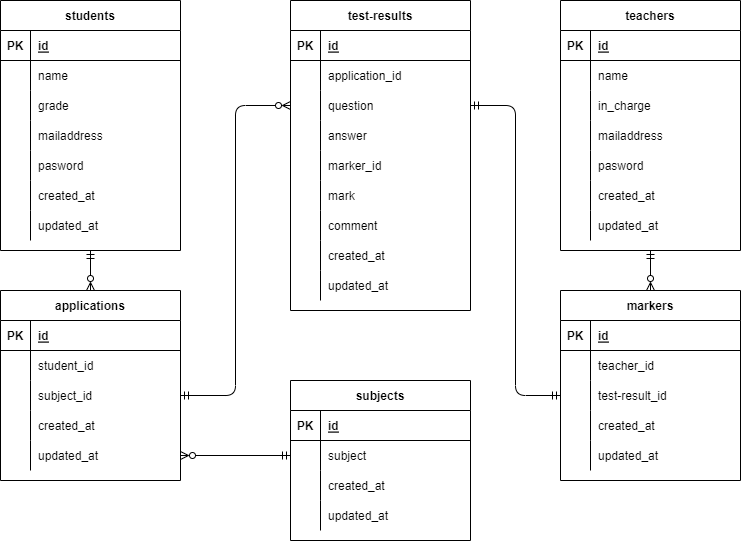
Above: index.drawio.png in sakurakoy/20221021yonemizu (draw.io), before the change. Source tidied: cells renumbered, new cells last; positions are measured from the earlier drawing's top-left corner, leaving out a move shared by most shapes.
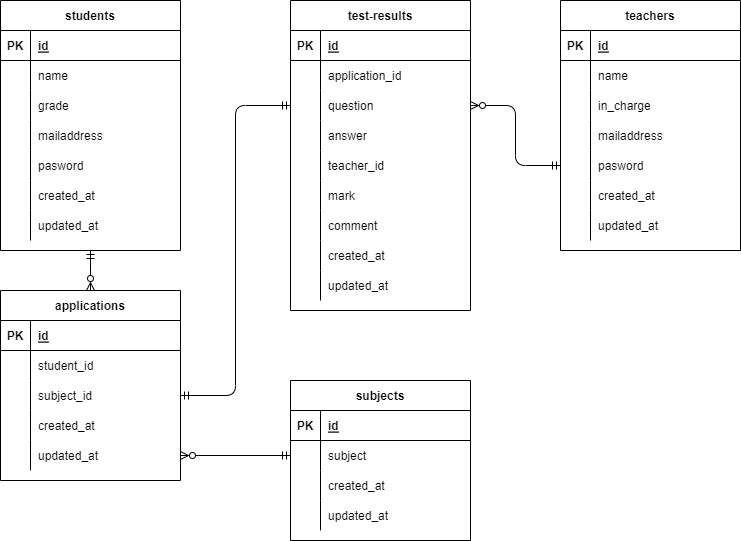
Above is the later version.

Change to the diagram source:
```diff
@@ -206,7 +206,7 @@
     <mxCell id="69" style="shape=partialRectangle;fillColor=none;top=0;left=0;bottom=0;right=0;overflow=hidden;" parent="68" vertex="1">
       <mxGeometry width="30" height="30" as="geometry" />
     </mxCell>
-    <mxCell id="70" value="marker_id" style="shape=partialRectangle;fillColor=none;top=0;left=0;bottom=0;right=0;align=left;spacingLeft=6;overflow=hidden;" parent="68" vertex="1">
+    <mxCell id="70" value="teacher_id" style="shape=partialRectangle;fillColor=none;top=0;left=0;bottom=0;right=0;align=left;spacingLeft=6;overflow=hidden;" parent="68" vertex="1">
       <mxGeometry x="30" width="150" height="30" as="geometry" />
     </mxCell>
     <mxCell id="71" style="shape=partialRectangle;fillColor=none;top=0;left=0;bottom=0;right=0;" parent="55" vertex="1">
@@ -245,7 +245,7 @@
     <mxCell id="82" value="updated_at" style="shape=partialRectangle;fillColor=none;top=0;left=0;bottom=0;right=0;align=left;spacingLeft=6;overflow=hidden;" parent="80" vertex="1">
       <mxGeometry x="30" width="150" height="30" as="geometry" />
     </mxCell>
-    <mxCell id="83" style="edgeStyle=orthogonalEdgeStyle;html=1;exitX=0.5;exitY=1;exitDx=0;exitDy=0;startArrow=ERmandOne;startFill=0;endArrow=ERzeroToMany;endFill=0;entryX=0.5;entryY=0;entryDx=0;entryDy=0;" parent="1" edge="1" source="84" target="106">
+    <mxCell id="83" style="edgeStyle=orthogonalEdgeStyle;html=1;exitX=0;exitY=0.5;exitDx=0;exitDy=0;startArrow=ERmandOne;startFill=0;endArrow=ERzeroToMany;endFill=0;entryX=1;entryY=0.5;entryDx=0;entryDy=0;" parent="1" edge="1" source="97" target="62">
       <mxGeometry relative="1" as="geometry" />
     </mxCell>
     <mxCell id="84" value="teachers" style="shape=table;startSize=30;rowLines=0;fontStyle=1;align=center;" parent="1" vertex="1">
@@ -314,58 +314,7 @@
     <mxCell id="105" value="updated_at" style="shape=partialRectangle;fillColor=none;top=0;left=0;bottom=0;right=0;align=left;spacingLeft=6;overflow=hidden;" parent="103" vertex="1">
       <mxGeometry x="30" width="150" height="30" as="geometry" />
     </mxCell>
-    <mxCell id="106" value="markers" style="shape=table;startSize=30;rowLines=0;fontStyle=1;align=center;" parent="1" vertex="1">
-      <mxGeometry x="560" y="290" width="180" height="190" as="geometry" />
-    </mxCell>
-    <mxCell id="107" style="shape=partialRectangle;fillColor=none;top=0;left=0;bottom=1;right=0;" parent="106" vertex="1">
-      <mxGeometry y="30" width="180" height="30" as="geometry" />
-    </mxCell>
-    <mxCell id="108" value="PK" style="shape=partialRectangle;fillColor=none;top=0;left=0;bottom=0;right=0;fontStyle=1;overflow=hidden;" parent="107" vertex="1">
-      <mxGeometry width="30" height="30" as="geometry" />
-    </mxCell>
-    <mxCell id="109" value="id" style="shape=partialRectangle;fillColor=none;top=0;left=0;bottom=0;right=0;align=left;spacingLeft=6;fontStyle=5;overflow=hidden;" parent="107" vertex="1">
-      <mxGeometry x="30" width="150" height="30" as="geometry" />
-    </mxCell>
-    <mxCell id="110" style="shape=partialRectangle;fillColor=none;top=0;left=0;bottom=0;right=0;" parent="106" vertex="1">
-      <mxGeometry y="60" width="180" height="30" as="geometry" />
-    </mxCell>
-    <mxCell id="111" style="shape=partialRectangle;fillColor=none;top=0;left=0;bottom=0;right=0;overflow=hidden;" parent="110" vertex="1">
-      <mxGeometry width="30" height="30" as="geometry" />
-    </mxCell>
-    <mxCell id="112" value="teacher_id" style="shape=partialRectangle;fillColor=none;top=0;left=0;bottom=0;right=0;align=left;spacingLeft=6;overflow=hidden;" parent="110" vertex="1">
-      <mxGeometry x="30" width="150" height="30" as="geometry" />
-    </mxCell>
-    <mxCell id="113" style="shape=partialRectangle;fillColor=none;top=0;left=0;bottom=0;right=0;points=[[0,0.5],[1,0.5]];portConstraint=eastwest;" parent="106" vertex="1">
-      <mxGeometry y="90" width="180" height="30" as="geometry" />
-    </mxCell>
-    <mxCell id="114" style="shape=partialRectangle;fillColor=none;top=0;left=0;bottom=0;right=0;overflow=hidden;" parent="113" vertex="1">
-      <mxGeometry width="30" height="30" as="geometry" />
-    </mxCell>
-    <mxCell id="115" value="test-result_id" style="shape=partialRectangle;fillColor=none;top=0;left=0;bottom=0;right=0;align=left;spacingLeft=6;overflow=hidden;" parent="113" vertex="1">
-      <mxGeometry x="30" width="150" height="30" as="geometry" />
-    </mxCell>
-    <mxCell id="116" style="shape=partialRectangle;fillColor=none;top=0;left=0;bottom=0;right=0;" parent="106" vertex="1">
-      <mxGeometry y="120" width="180" height="30" as="geometry" />
-    </mxCell>
-    <mxCell id="117" style="shape=partialRectangle;fillColor=none;top=0;left=0;bottom=0;right=0;overflow=hidden;" parent="116" vertex="1">
-      <mxGeometry width="30" height="30" as="geometry" />
-    </mxCell>
-    <mxCell id="118" value="created_at" style="shape=partialRectangle;fillColor=none;top=0;left=0;bottom=0;right=0;align=left;spacingLeft=6;overflow=hidden;" parent="116" vertex="1">
-      <mxGeometry x="30" width="150" height="30" as="geometry" />
-    </mxCell>
-    <mxCell id="119" style="shape=partialRectangle;fillColor=none;top=0;left=0;bottom=0;right=0;" parent="106" vertex="1">
-      <mxGeometry y="150" width="180" height="30" as="geometry" />
-    </mxCell>
-    <mxCell id="120" style="shape=partialRectangle;fillColor=none;top=0;left=0;bottom=0;right=0;overflow=hidden;" parent="119" vertex="1">
-      <mxGeometry width="30" height="30" as="geometry" />
-    </mxCell>
-    <mxCell id="121" value="updated_at" style="shape=partialRectangle;fillColor=none;top=0;left=0;bottom=0;right=0;align=left;spacingLeft=6;overflow=hidden;" parent="119" vertex="1">
-      <mxGeometry x="30" width="150" height="30" as="geometry" />
-    </mxCell>
-    <mxCell id="122" style="edgeStyle=orthogonalEdgeStyle;html=1;entryX=0;entryY=0.5;entryDx=0;entryDy=0;startArrow=ERmandOne;startFill=0;endArrow=ERmandOne;endFill=0;" parent="1" edge="1" source="62" target="113">
-      <mxGeometry relative="1" as="geometry" />
-    </mxCell>
-    <mxCell id="123" style="edgeStyle=orthogonalEdgeStyle;html=1;exitX=1;exitY=0.5;exitDx=0;exitDy=0;entryX=0;entryY=0.5;entryDx=0;entryDy=0;startArrow=ERmandOne;startFill=0;endArrow=ERzeroToMany;endFill=0;" parent="1" edge="1" source="33" target="62">
+    <mxCell id="123" style="edgeStyle=orthogonalEdgeStyle;html=1;exitX=1;exitY=0.5;exitDx=0;exitDy=0;entryX=0;entryY=0.5;entryDx=0;entryDy=0;startArrow=ERmandOne;startFill=0;endArrow=ERmandOne;endFill=0;" parent="1" edge="1" source="33" target="62">
       <mxGeometry relative="1" as="geometry" />
     </mxCell>
   </root>
```
